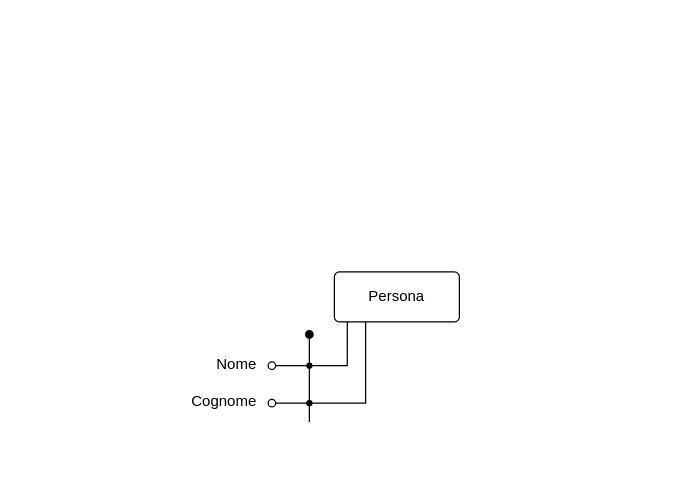
The draw.io diagram ModelloConcettuale.drawio in Leonardo176/DBProject, before the edit. Source tidied: cells renumbered, new cells numbered last; positions are measured from the earlier drawing's top-left corner, leaving out a move shared by most shapes. Both pictures are drawn from the tidied source at 125%, with x=0, y=0 at pixel (21, 21).
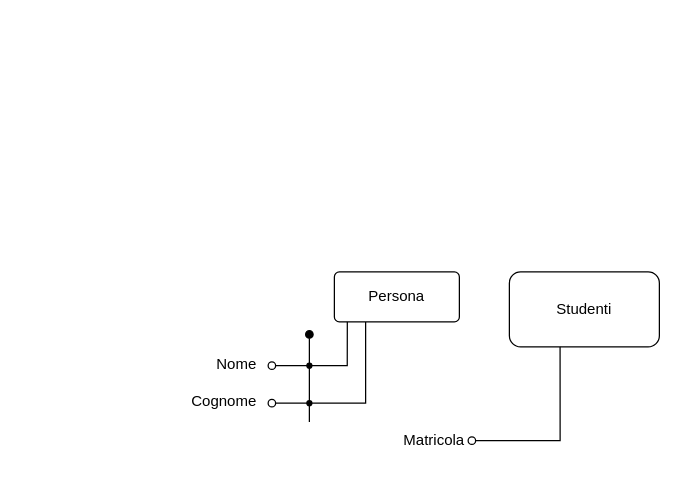
Above is the later version.

The edit, as a diff of the source:
```diff
@@
 <mxGraphModel>
   <root>
     <mxCell id="0" />
     <mxCell id="1" parent="0" />
     <mxCell id="2" value="Persona" style="rounded=1;arcSize=10;whiteSpace=wrap;html=1;align=center;roundedPerimeter=1;" parent="1" vertex="1">
       <mxGeometry x="250" y="200" width="100" height="40" as="geometry" />
     </mxCell>
     <mxCell id="3" style="edgeStyle=orthogonalEdgeStyle;rounded=0;jettySize=auto;html=1;entryX=0.067;entryY=1.046;entryDx=0;entryDy=0;defaultLabelBackgroundColor=page;labelPadding=0 4;flowAnimation=0;startArrow=oval;startFill=0;endArrow=none;endFill=0;" parent="1" edge="1" source="4" target="2">
       <mxGeometry x="0.55" relative="1" as="geometry" />
     </mxCell>
     <mxCell id="4" value="Nome" style="text;strokeColor=none;fillColor=none;spacingLeft=4;spacingRight=4;overflow=hidden;points=[[0,0.5],[1,0.5]];portConstraint=eastwest;fontSize=12;whiteSpace=wrap;html=1;" parent="1" vertex="1">
       <mxGeometry x="150" y="260" width="50" height="30" as="geometry" />
     </mxCell>
     <mxCell id="5" style="edgeStyle=orthogonalEdgeStyle;rounded=0;jettySize=auto;html=1;entryX=0.25;entryY=1;entryDx=0;entryDy=0;defaultLabelBackgroundColor=page;labelPadding=0 4;endArrow=none;endFill=0;startArrow=oval;startFill=0;" parent="1" edge="1" source="6" target="2">
       <mxGeometry relative="1" as="geometry" />
     </mxCell>
     <mxCell id="6" value="Cognome" style="text;strokeColor=none;fillColor=none;spacingLeft=4;spacingRight=4;overflow=hidden;points=[[0,0.5],[1,0.5]];portConstraint=eastwest;fontSize=12;whiteSpace=wrap;html=1;" parent="1" vertex="1">
       <mxGeometry x="130" y="290" width="70" height="30" as="geometry" />
     </mxCell>
     <mxCell id="7" style="endArrow=oval;html=1;rounded=0;defaultLabelBackgroundColor=page;labelPadding=0 4;endFill=1;" parent="1" edge="1">
       <mxGeometry relative="1" as="geometry">
         <mxPoint x="230" y="320" as="sourcePoint" />
         <mxPoint x="230" y="250" as="targetPoint" />
       </mxGeometry>
     </mxCell>
     <mxCell id="8" style="ellipse;whiteSpace=wrap;html=1;shapeInside=1;fillColor=light-dark(#FFFFFF,#FFFFFF);" parent="1" vertex="1">
       <mxGeometry height="10" as="geometry" />
     </mxCell>
     <mxCell id="9" style="ellipse;whiteSpace=wrap;html=1;shapeInside=1;fillColor=light-dark(#000000,#000000);strokeColor=default;" parent="1" vertex="1">
       <mxGeometry x="228" y="273" width="4" height="4" as="geometry" />
     </mxCell>
     <mxCell id="10" style="ellipse;whiteSpace=wrap;html=1;shapeInside=1;fillStyle=auto;fillColor=light-dark(#000000,#000000);" parent="1" vertex="1">
       <mxGeometry x="228" y="303" width="4" height="4" as="geometry" />
     </mxCell>
+    <mxCell id="11" value="Studenti" style="rounded=1;whiteSpace=wrap;html=1;roundedPerimeter=1;" parent="1" vertex="1">
+      <mxGeometry x="390" y="200" width="120" height="60" as="geometry" />
+    </mxCell>
+    <mxCell id="12" style="edgeStyle=orthogonalEdgeStyle;rounded=0;jettySize=auto;html=1;entryX=0.326;entryY=1.037;entryDx=0;entryDy=0;defaultLabelBackgroundColor=page;labelPadding=0 4;endArrow=none;endFill=0;startArrow=oval;startFill=0;" parent="1" edge="1" source="13" target="11">
+      <mxGeometry relative="1" as="geometry" />
+    </mxCell>
+    <mxCell id="13" value="Matricola" style="text;html=1;whiteSpace=wrap;strokeColor=none;fillColor=none;align=center;verticalAlign=middle;rounded=0;" parent="1" vertex="1">
+      <mxGeometry x="300" y="320" width="60" height="30" as="geometry" />
+    </mxCell>
   </root>
 </mxGraphModel>
```
